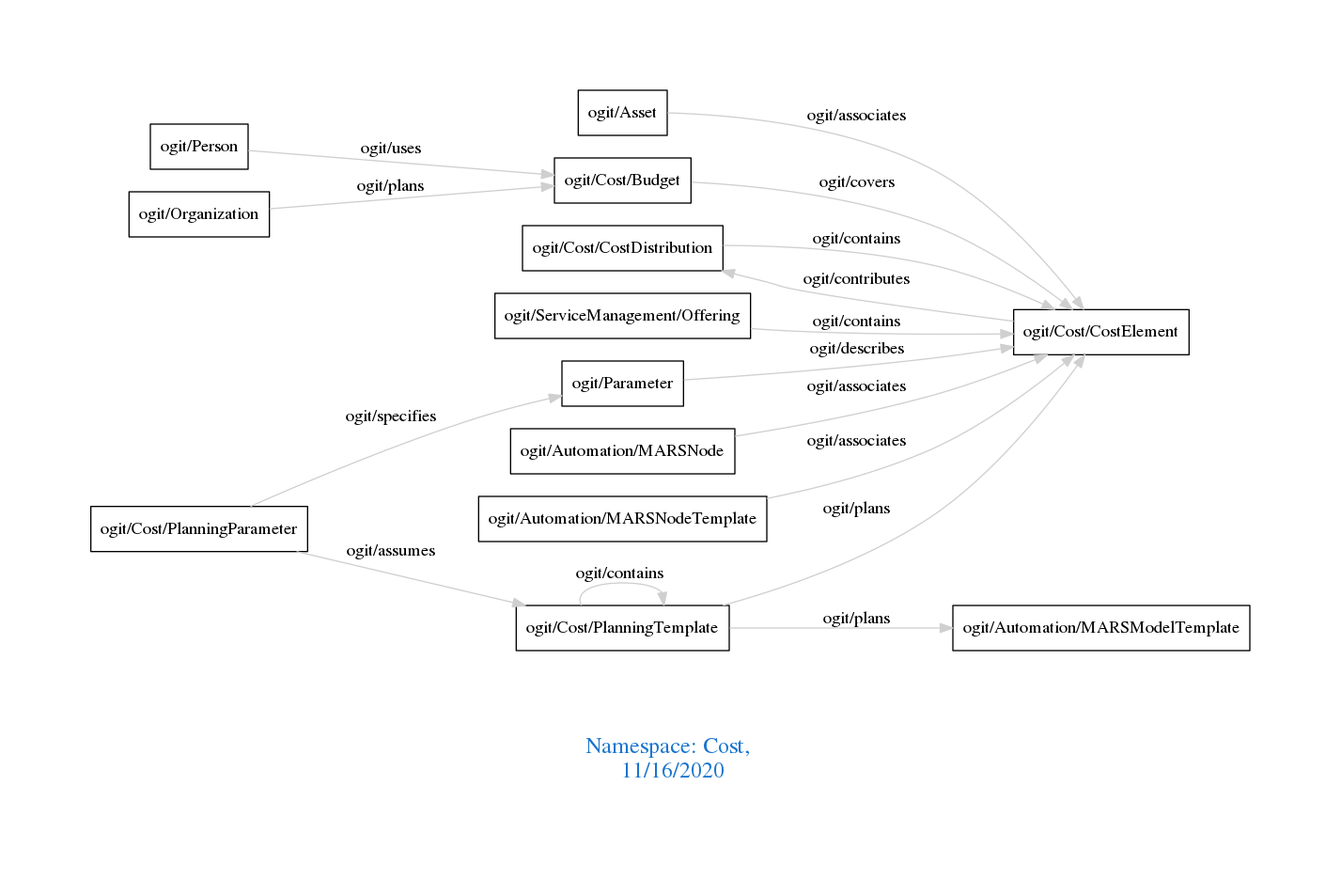
arago/OGIT keeps this Graphviz diagram as downloads/Cost.png. Above is the earlier version. Its source is kept beside it as downloads/Cost.dot.
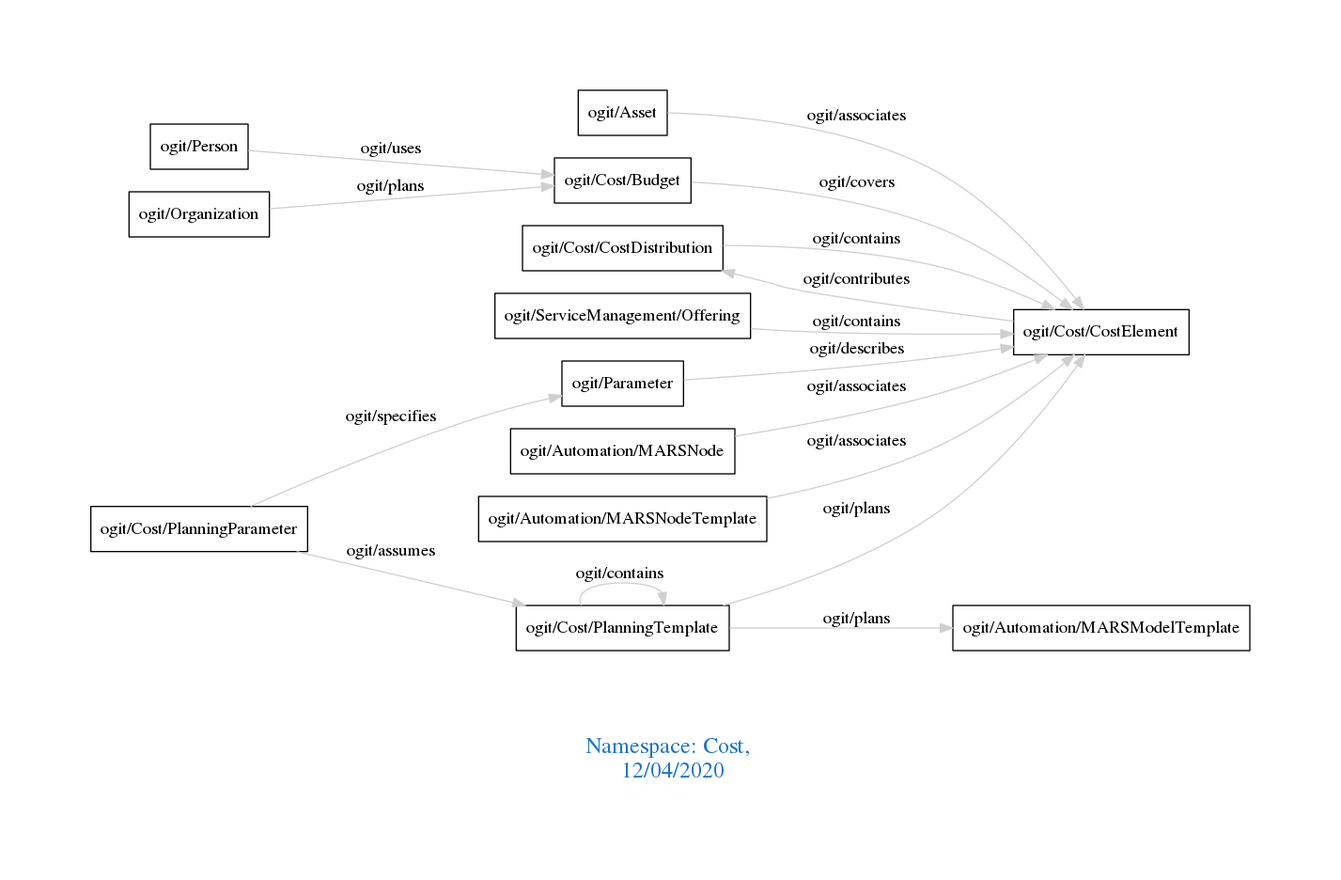
The same file after the commit.

Change to the diagram source:
```diff
@@ -1,7 +1,7 @@
 digraph OGIT_ontology {
  graph [ rankdir= LR,pad=1
 fontsize = 18,
-fontcolor= dodgerblue3,label = "\n\n\nNamespace: Cost, \n 11/16/2020"];
+fontcolor= dodgerblue3,label = "\n\n\nNamespace: Cost, \n 12/04/2020"];
 node[shape=polygon];
 edge [  color="gray81"];
 
```
